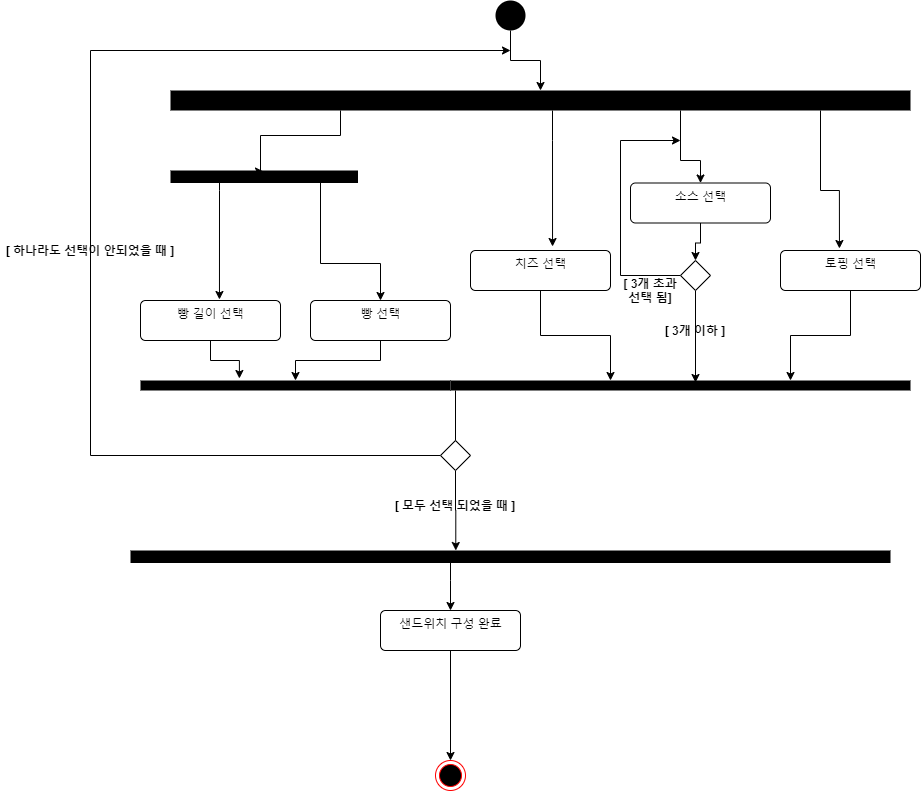
Earlier version of the draw.io export 상세명세서/Functional Model/activity diagram/Order Sandwich.png (distroytest/KNUSD-20202-Team05). Source tidied: cells renumbered, new cells last; positions are measured from the earlier drawing's top-left corner, leaving out a move shared by most shapes.
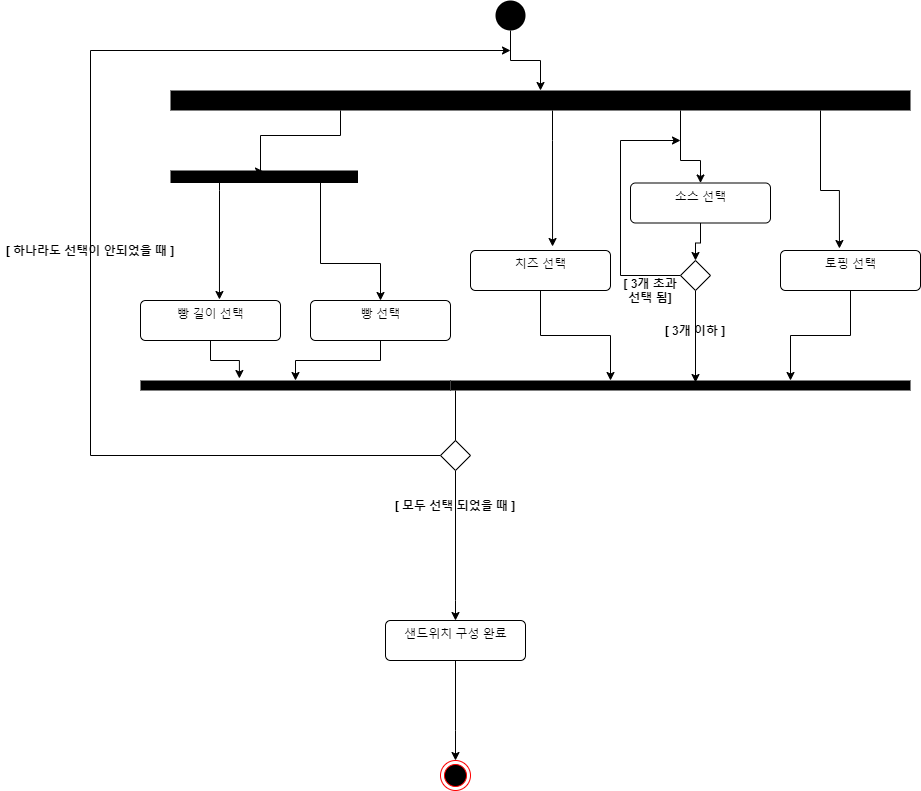
Later version of the same file.

What changed in the source:
```diff
@@ -116,17 +116,6 @@
     <mxCell id="24" style="html=1;points=[];perimeter=orthogonalPerimeter;fillColor=#000000;strokeColor=none;direction=south;" parent="1" vertex="1">
       <mxGeometry x="450" y="380" width="460" height="10" as="geometry" />
     </mxCell>
-    <mxCell id="25" style="edgeStyle=orthogonalEdgeStyle;rounded=0;jettySize=auto;html=1;" parent="1" edge="1" source="26" target="40">
-      <mxGeometry relative="1" as="geometry">
-        <Array as="points">
-          <mxPoint x="450" y="580" />
-          <mxPoint x="450" y="580" />
-        </Array>
-      </mxGeometry>
-    </mxCell>
-    <mxCell id="26" style="html=1;points=[];perimeter=orthogonalPerimeter;fillColor=#000000;strokeColor=none;direction=south;" parent="1" vertex="1">
-      <mxGeometry x="130" y="550" width="760" height="12.5" as="geometry" />
-    </mxCell>
     <mxCell id="27" style="edgeStyle=orthogonalEdgeStyle;rounded=0;jettySize=auto;html=1;" parent="1" edge="1" source="29">
       <mxGeometry relative="1" as="geometry">
         <mxPoint x="510" y="50" as="targetPoint" />
@@ -136,8 +125,13 @@
         </Array>
       </mxGeometry>
     </mxCell>
-    <mxCell id="28" style="edgeStyle=orthogonalEdgeStyle;rounded=0;jettySize=auto;html=1;entryX=0;entryY=0.572;entryDx=0;entryDy=0;entryPerimeter=0;" parent="1" edge="1" source="29" target="26">
-      <mxGeometry relative="1" as="geometry" />
+    <mxCell id="28" style="edgeStyle=orthogonalEdgeStyle;rounded=0;jettySize=auto;html=1;entryX=0.5;entryY=0;entryDx=0;entryDy=0;" parent="1" edge="1" source="29" target="40">
+      <mxGeometry relative="1" as="geometry">
+        <Array as="points">
+          <mxPoint x="455" y="600" />
+          <mxPoint x="455" y="600" />
+        </Array>
+      </mxGeometry>
     </mxCell>
     <mxCell id="29" style="rhombus;" parent="1" vertex="1">
       <mxGeometry x="440" y="440" width="30" height="30" as="geometry" />
@@ -175,18 +169,18 @@
       <mxGeometry y="240" width="180" height="20" as="geometry" />
     </mxCell>
     <mxCell id="37" style="ellipse;html=1;shape=endState;fillColor=#000000;strokeColor=#ff0000;" parent="1" vertex="1">
-      <mxGeometry x="435" y="760" width="30" height="30" as="geometry" />
+      <mxGeometry x="440" y="760" width="30" height="30" as="geometry" />
     </mxCell>
     <mxCell id="38" style="edgeStyle=orthogonalEdgeStyle;rounded=0;jettySize=auto;html=1;" parent="1" edge="1" source="40" target="37">
-      <mxGeometry relative="1" as="geometry" />
+      <mxGeometry relative="1" as="geometry">
+        <Array as="points">
+          <mxPoint x="455" y="730" />
+          <mxPoint x="455" y="730" />
+        </Array>
+      </mxGeometry>
     </mxCell>
-    <mxCell id="39" style="edgeStyle=orthogonalEdgeStyle;rounded=0;jettySize=auto;html=1;" parent="1" edge="1" source="40">
-      <mxGeometry relative="1" as="geometry">
-        <mxPoint x="450" y="640" as="targetPoint" />
-      </mxGeometry>
-    </mxCell>
     <mxCell id="40" value="샌드위치 구성 완료" style="html=1;align=center;verticalAlign=top;rounded=1;absoluteArcSize=1;arcSize=10;dashed=0;" parent="1" vertex="1">
-      <mxGeometry x="380" y="610" width="140" height="40" as="geometry" />
+      <mxGeometry x="385" y="620" width="140" height="40" as="geometry" />
     </mxCell>
   </root>
 </mxGraphModel>
```
